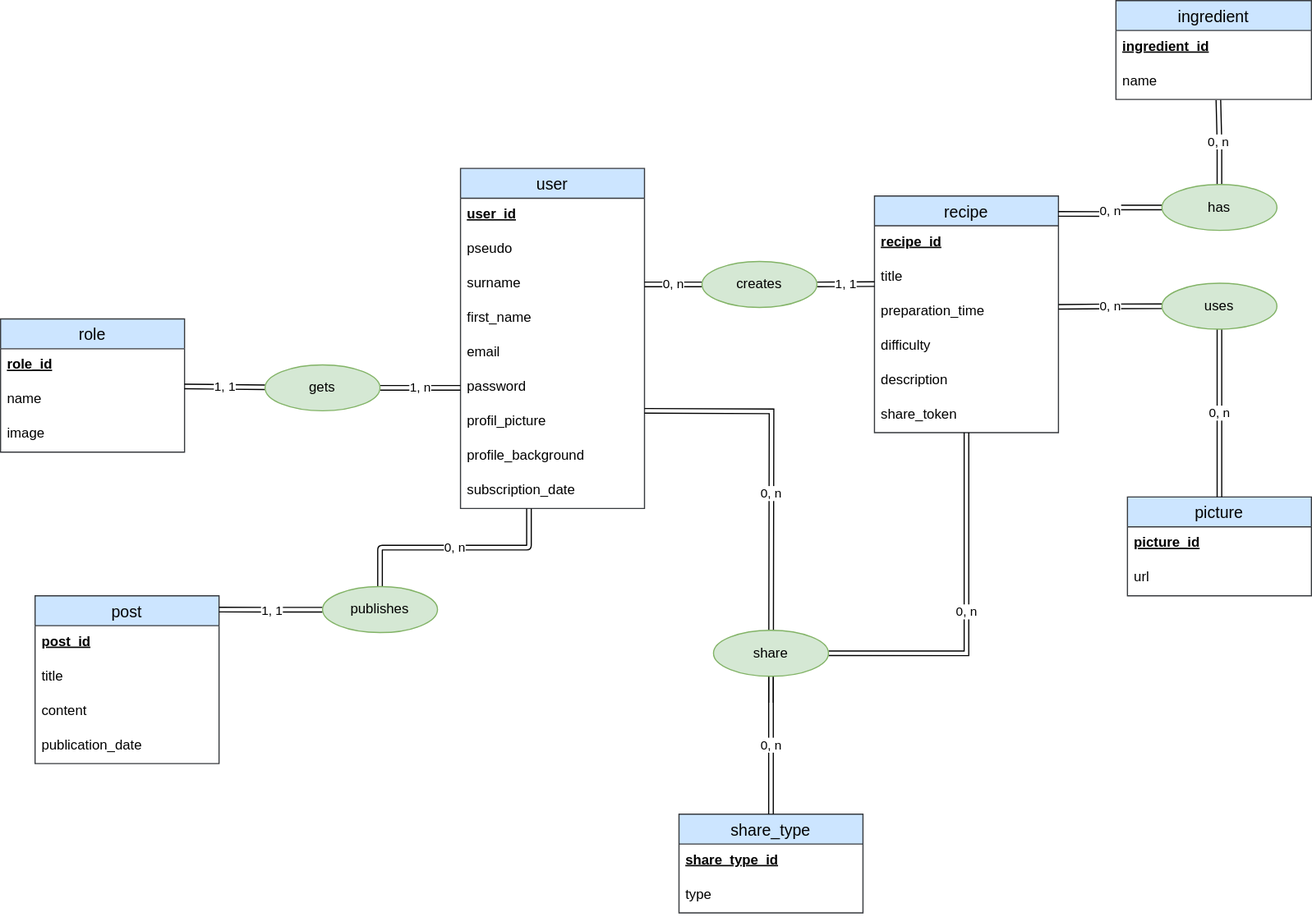
This is code/server/merise/MCD_le_reseau_des_gourmets.drawio.svg from TigerSnowy/le_reseau_des_gourmets, a draw.io export, as it was before one commit. Source tidied: cells renumbered, new cells last; positions are measured from the earlier drawing's top-left corner, leaving out a move shared by most shapes.
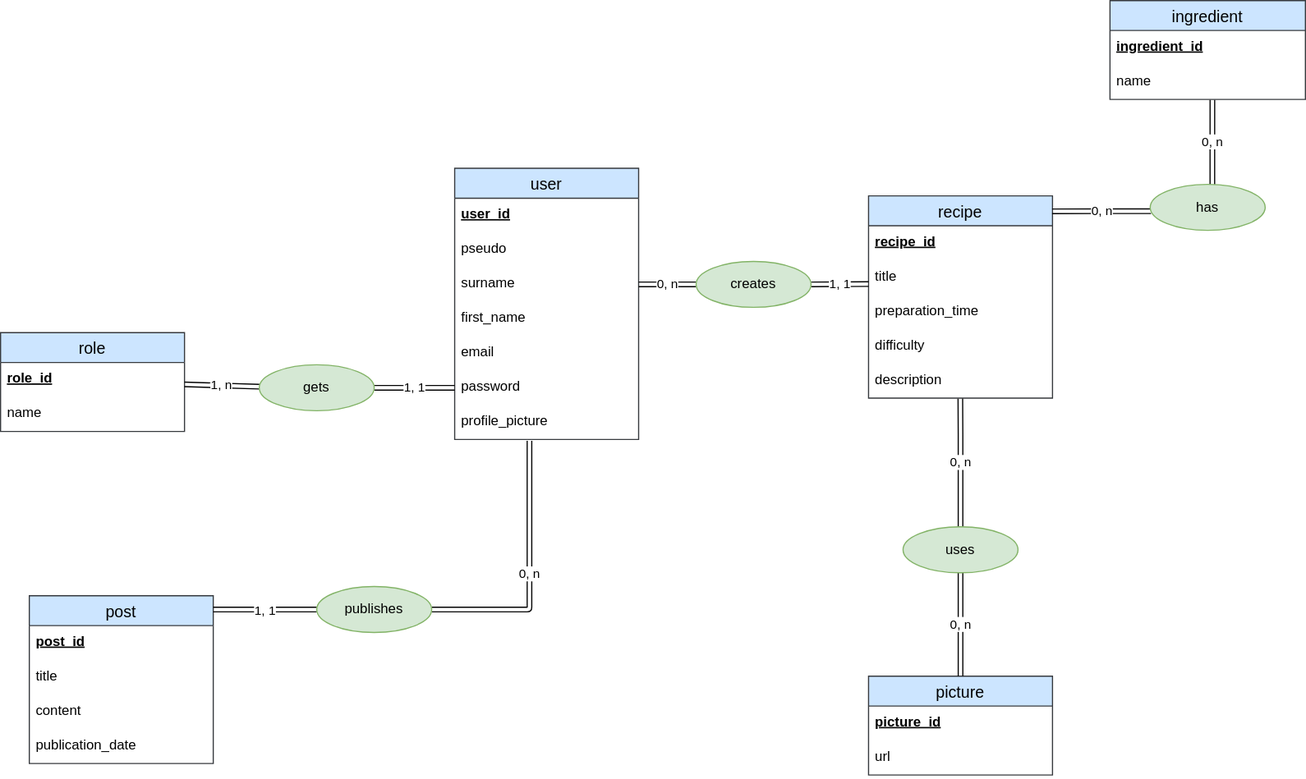
Above is the later version.

What changed in the source:
```diff
@@ -3,7 +3,7 @@
     <mxCell id="0" />
     <mxCell id="1" parent="0" />
     <mxCell id="2" value="user" style="swimlane;fontStyle=0;horizontal=1;startSize=26;align=center;fontSize=14;swimlaneFillColor=default;fillColor=#cce5ff;strokeColor=#36393d;" parent="1" vertex="1">
-      <mxGeometry x="400" y="146" width="160" height="296" as="geometry" />
+      <mxGeometry x="400" y="146" width="160" height="236" as="geometry" />
     </mxCell>
     <mxCell id="3" value="user_id" style="text;strokeColor=none;fillColor=none;spacingLeft=4;spacingRight=4;overflow=hidden;fontSize=12;align=left;fontStyle=5;" parent="2" vertex="1">
       <mxGeometry y="26" width="160" height="30" as="geometry" />
@@ -23,17 +23,11 @@
     <mxCell id="8" value="password" style="text;strokeColor=none;fillColor=none;spacingLeft=4;spacingRight=4;overflow=hidden;points=[[0,0.5],[1,0.5]];portConstraint=eastwest;fontSize=12;" parent="2" vertex="1">
       <mxGeometry y="176" width="160" height="30" as="geometry" />
     </mxCell>
-    <mxCell id="9" value="profil_picture" style="text;strokeColor=none;fillColor=none;spacingLeft=4;spacingRight=4;overflow=hidden;points=[[0,0.5],[1,0.5]];portConstraint=eastwest;fontSize=12;" parent="2" vertex="1">
+    <mxCell id="9" value="profile_picture" style="text;strokeColor=none;fillColor=none;spacingLeft=4;spacingRight=4;overflow=hidden;points=[[0,0.5],[1,0.5]];portConstraint=eastwest;fontSize=12;" parent="2" vertex="1">
       <mxGeometry y="206" width="160" height="30" as="geometry" />
     </mxCell>
-    <mxCell id="10" value="profile_background" style="text;strokeColor=none;fillColor=none;spacingLeft=4;spacingRight=4;overflow=hidden;fontSize=12;" parent="2" vertex="1">
-      <mxGeometry y="236" width="160" height="30" as="geometry" />
-    </mxCell>
-    <mxCell id="11" value="subscription_date" style="text;strokeColor=none;fillColor=none;spacingLeft=4;spacingRight=4;overflow=hidden;points=[[0,0.5],[1,0.5]];portConstraint=eastwest;fontSize=12;" parent="2" vertex="1">
-      <mxGeometry y="266" width="160" height="30" as="geometry" />
-    </mxCell>
     <mxCell id="12" value="recipe" style="swimlane;fontStyle=0;horizontal=1;startSize=26;align=center;fontSize=14;swimlaneFillColor=default;fillColor=#cce5ff;strokeColor=#36393d;" parent="1" vertex="1">
-      <mxGeometry x="760" y="170" width="160" height="206" as="geometry" />
+      <mxGeometry x="760" y="170" width="160" height="176" as="geometry" />
     </mxCell>
     <mxCell id="13" value="recipe_id" style="text;strokeColor=none;fillColor=none;spacingLeft=4;spacingRight=4;overflow=hidden;fontSize=12;fontStyle=5;" parent="12" vertex="1">
       <mxGeometry y="26" width="160" height="30" as="geometry" />
@@ -50,9 +44,6 @@
     <mxCell id="17" value="description" style="text;strokeColor=none;fillColor=none;spacingLeft=4;spacingRight=4;overflow=hidden;points=[[0,0.5],[1,0.5]];portConstraint=eastwest;fontSize=12;" parent="12" vertex="1">
       <mxGeometry y="146" width="160" height="30" as="geometry" />
     </mxCell>
-    <mxCell id="18" value="share_token" style="text;strokeColor=none;fillColor=none;spacingLeft=4;spacingRight=4;overflow=hidden;fontSize=12;" parent="12" vertex="1">
-      <mxGeometry y="176" width="160" height="30" as="geometry" />
-    </mxCell>
     <mxCell id="19" value="post" style="swimlane;fontStyle=0;horizontal=1;startSize=26;align=center;fontSize=14;swimlaneFillColor=default;fillColor=#cce5ff;strokeColor=#36393d;" parent="1" vertex="1">
       <mxGeometry x="30" y="518" width="160" height="146" as="geometry" />
     </mxCell>
@@ -77,8 +68,13 @@
     <mxCell id="26" value="creates" style="ellipse;whiteSpace=wrap;html=1;align=center;fillColor=#d5e8d4;strokeColor=#82b366;" parent="1" vertex="1">
       <mxGeometry x="610" y="227" width="100" height="40" as="geometry" />
     </mxCell>
-    <mxCell id="27" value="0, n" style="edgeStyle=orthogonalEdgeStyle;html=1;entryX=0.372;entryY=1.004;entryDx=0;entryDy=0;entryPerimeter=0;shape=link;strokeColor=default;" parent="1" edge="1" source="29" target="11">
-      <mxGeometry relative="1" as="geometry" />
+    <mxCell id="27" value="0, n" style="edgeStyle=orthogonalEdgeStyle;html=1;shape=link;strokeColor=default;entryX=0.411;entryY=1.039;entryDx=0;entryDy=0;entryPerimeter=0;" parent="1" edge="1" source="29" target="9">
+      <mxGeometry relative="1" as="geometry">
+        <Array as="points">
+          <mxPoint x="465" y="530" />
+          <mxPoint x="465" y="383" />
+        </Array>
+      </mxGeometry>
     </mxCell>
     <mxCell id="28" value="1, 1" style="edgeStyle=orthogonalEdgeStyle;html=1;shape=link;" parent="1" edge="1" source="29">
       <mxGeometry relative="1" as="geometry">
@@ -89,7 +85,7 @@
       <mxGeometry x="280" y="510" width="100" height="40" as="geometry" />
     </mxCell>
     <mxCell id="30" value="role" style="swimlane;fontStyle=0;horizontal=1;startSize=26;align=center;fontSize=14;swimlaneFillColor=default;fillColor=#cce5ff;strokeColor=#36393d;" parent="1" vertex="1">
-      <mxGeometry y="277" width="160" height="116" as="geometry" />
+      <mxGeometry x="5" y="289" width="160" height="86" as="geometry" />
     </mxCell>
     <mxCell id="31" value="role_id" style="text;strokeColor=none;fillColor=none;spacingLeft=4;spacingRight=4;overflow=hidden;fontSize=12;fontStyle=5;" parent="30" vertex="1">
       <mxGeometry y="26" width="160" height="30" as="geometry" />
@@ -97,20 +93,21 @@
     <mxCell id="32" value="name" style="text;strokeColor=none;fillColor=none;spacingLeft=4;spacingRight=4;overflow=hidden;fontSize=12;" parent="30" vertex="1">
       <mxGeometry y="56" width="160" height="30" as="geometry" />
     </mxCell>
-    <mxCell id="33" value="image" style="text;strokeColor=none;fillColor=none;spacingLeft=4;spacingRight=4;overflow=hidden;fontSize=12;" parent="30" vertex="1">
-      <mxGeometry y="86" width="160" height="30" as="geometry" />
-    </mxCell>
-    <mxCell id="34" value="1, n" style="edgeStyle=none;shape=link;html=1;strokeColor=default;fontColor=default;entryX=0;entryY=0.5;entryDx=0;entryDy=0;exitX=1;exitY=0.5;exitDx=0;exitDy=0;" parent="1" edge="1" source="36" target="8">
+    <mxCell id="34" value="1, 1" style="edgeStyle=none;shape=link;html=1;strokeColor=default;fontColor=default;entryX=0;entryY=0.5;entryDx=0;entryDy=0;exitX=1;exitY=0.5;exitDx=0;exitDy=0;" parent="1" edge="1" source="36" target="8">
       <mxGeometry relative="1" as="geometry" />
     </mxCell>
-    <mxCell id="35" value="1, 1" style="edgeStyle=none;shape=link;html=1;strokeColor=default;fontColor=default;" parent="1" edge="1" source="36" target="30">
+    <mxCell id="35" value="1, n" style="edgeStyle=none;shape=link;html=1;strokeColor=default;fontColor=default;" parent="1" edge="1" source="36" target="30">
       <mxGeometry relative="1" as="geometry" />
     </mxCell>
     <mxCell id="36" value="gets" style="ellipse;whiteSpace=wrap;html=1;align=center;fillColor=#d5e8d4;strokeColor=#82b366;" parent="1" vertex="1">
       <mxGeometry x="230" y="317" width="100" height="40" as="geometry" />
     </mxCell>
-    <mxCell id="37" value="0, n" style="edgeStyle=orthogonalEdgeStyle;html=1;entryX=1;entryY=0.35;entryDx=0;entryDy=0;shape=link;entryPerimeter=0;exitX=0;exitY=0.5;exitDx=0;exitDy=0;" parent="1" edge="1" source="49" target="15">
-      <mxGeometry relative="1" as="geometry" />
+    <mxCell id="37" value="0, n" style="edgeStyle=orthogonalEdgeStyle;html=1;entryX=0.499;entryY=1.015;entryDx=0;entryDy=0;shape=link;entryPerimeter=0;exitX=0.5;exitY=0;exitDx=0;exitDy=0;" parent="1" edge="1" source="49" target="17">
+      <mxGeometry relative="1" as="geometry">
+        <Array as="points">
+          <mxPoint x="840" y="378" />
+        </Array>
+      </mxGeometry>
     </mxCell>
     <mxCell id="38" value="ingredient" style="swimlane;fontStyle=0;horizontal=1;startSize=26;align=center;fontSize=14;swimlaneFillColor=default;fillColor=#cce5ff;strokeColor=#36393d;" parent="1" vertex="1">
       <mxGeometry x="970" width="170" height="86" as="geometry" />
@@ -122,16 +119,25 @@
       <mxGeometry y="56" width="170" height="30" as="geometry" />
     </mxCell>
     <mxCell id="41" value="0, n" style="edgeStyle=orthogonalEdgeStyle;html=1;entryX=0.524;entryY=1.017;entryDx=0;entryDy=0;entryPerimeter=0;startArrow=none;startFill=0;endArrow=none;endFill=0;shape=link;" parent="1" edge="1" source="43" target="40">
-      <mxGeometry relative="1" as="geometry" />
+      <mxGeometry relative="1" as="geometry">
+        <Array as="points">
+          <mxPoint x="1059" y="138" />
+          <mxPoint x="1059" y="138" />
+        </Array>
+      </mxGeometry>
     </mxCell>
     <mxCell id="42" value="0, n" style="edgeStyle=orthogonalEdgeStyle;shape=link;html=1;entryX=0.998;entryY=0.076;entryDx=0;entryDy=0;entryPerimeter=0;startArrow=none;startFill=0;endArrow=none;endFill=0;" parent="1" edge="1" source="43" target="12">
-      <mxGeometry relative="1" as="geometry" />
+      <mxGeometry relative="1" as="geometry">
+        <Array as="points">
+          <mxPoint x="963" y="183" />
+        </Array>
+      </mxGeometry>
     </mxCell>
     <mxCell id="43" value="has" style="ellipse;whiteSpace=wrap;html=1;align=center;fillColor=#d5e8d4;strokeColor=#82b366;" parent="1" vertex="1">
-      <mxGeometry x="1010" y="160" width="100" height="40" as="geometry" />
+      <mxGeometry x="1005" y="160" width="100" height="40" as="geometry" />
     </mxCell>
     <mxCell id="44" value="picture" style="swimlane;fontStyle=0;horizontal=1;startSize=26;align=center;fontSize=14;swimlaneFillColor=default;fillColor=#cce5ff;strokeColor=#36393d;" parent="1" vertex="1">
-      <mxGeometry x="980" y="432" width="160" height="86" as="geometry" />
+      <mxGeometry x="760" y="588" width="160" height="86" as="geometry" />
     </mxCell>
     <mxCell id="45" value="picture_id" style="text;strokeColor=none;fillColor=none;spacingLeft=4;spacingRight=4;overflow=hidden;fontSize=12;fontStyle=5;" parent="44" vertex="1">
       <mxGeometry y="26" width="160" height="30" as="geometry" />
@@ -146,31 +152,7 @@
       <mxGeometry relative="1" as="geometry" />
     </mxCell>
     <mxCell id="49" value="uses" style="ellipse;whiteSpace=wrap;html=1;align=center;fillColor=#d5e8d4;strokeColor=#82b366;" parent="1" vertex="1">
-      <mxGeometry x="1010" y="246" width="100" height="40" as="geometry" />
+      <mxGeometry x="790" y="458" width="100" height="40" as="geometry" />
     </mxCell>
-    <mxCell id="50" value="0, n" style="edgeStyle=orthogonalEdgeStyle;rounded=0;orthogonalLoop=1;jettySize=auto;html=1;shape=link;entryX=0.5;entryY=0;entryDx=0;entryDy=0;" parent="1" edge="1">
-      <mxGeometry relative="1" as="geometry">
-        <mxPoint x="560" y="357" as="sourcePoint" />
-        <mxPoint x="670" y="611" as="targetPoint" />
-      </mxGeometry>
-    </mxCell>
-    <mxCell id="51" value="0, n" style="edgeStyle=orthogonalEdgeStyle;rounded=0;jettySize=auto;html=1;shape=link;exitX=1;exitY=0.5;exitDx=0;exitDy=0;" parent="1" edge="1" source="56" target="12">
-      <mxGeometry relative="1" as="geometry" />
-    </mxCell>
-    <mxCell id="52" value="share_type" style="swimlane;fontStyle=0;horizontal=1;startSize=26;align=center;fontSize=14;swimlaneFillColor=default;fillColor=#cce5ff;strokeColor=#36393d;" parent="1" vertex="1">
-      <mxGeometry x="590" y="708" width="160" height="86" as="geometry" />
-    </mxCell>
-    <mxCell id="53" value="share_type_id" style="text;strokeColor=none;fillColor=none;spacingLeft=4;spacingRight=4;overflow=hidden;fontSize=12;fontStyle=5;" parent="52" vertex="1">
-      <mxGeometry y="26" width="160" height="30" as="geometry" />
-    </mxCell>
-    <mxCell id="54" value="type" style="text;strokeColor=none;fillColor=none;spacingLeft=4;spacingRight=4;overflow=hidden;fontSize=12;" parent="52" vertex="1">
-      <mxGeometry y="56" width="160" height="30" as="geometry" />
-    </mxCell>
-    <mxCell id="55" value="0, n" style="edgeStyle=orthogonalEdgeStyle;rounded=0;jettySize=auto;html=1;shape=link;exitX=0.5;exitY=1;exitDx=0;exitDy=0;" parent="1" edge="1" source="56" target="52">
-      <mxGeometry relative="1" as="geometry" />
-    </mxCell>
-    <mxCell id="56" value="share" style="ellipse;whiteSpace=wrap;html=1;align=center;fillColor=#d5e8d4;strokeColor=#82b366;" parent="1" vertex="1">
-      <mxGeometry x="620" y="548" width="100" height="40" as="geometry" />
-    </mxCell>
   </root>
 </mxGraphModel>
```
